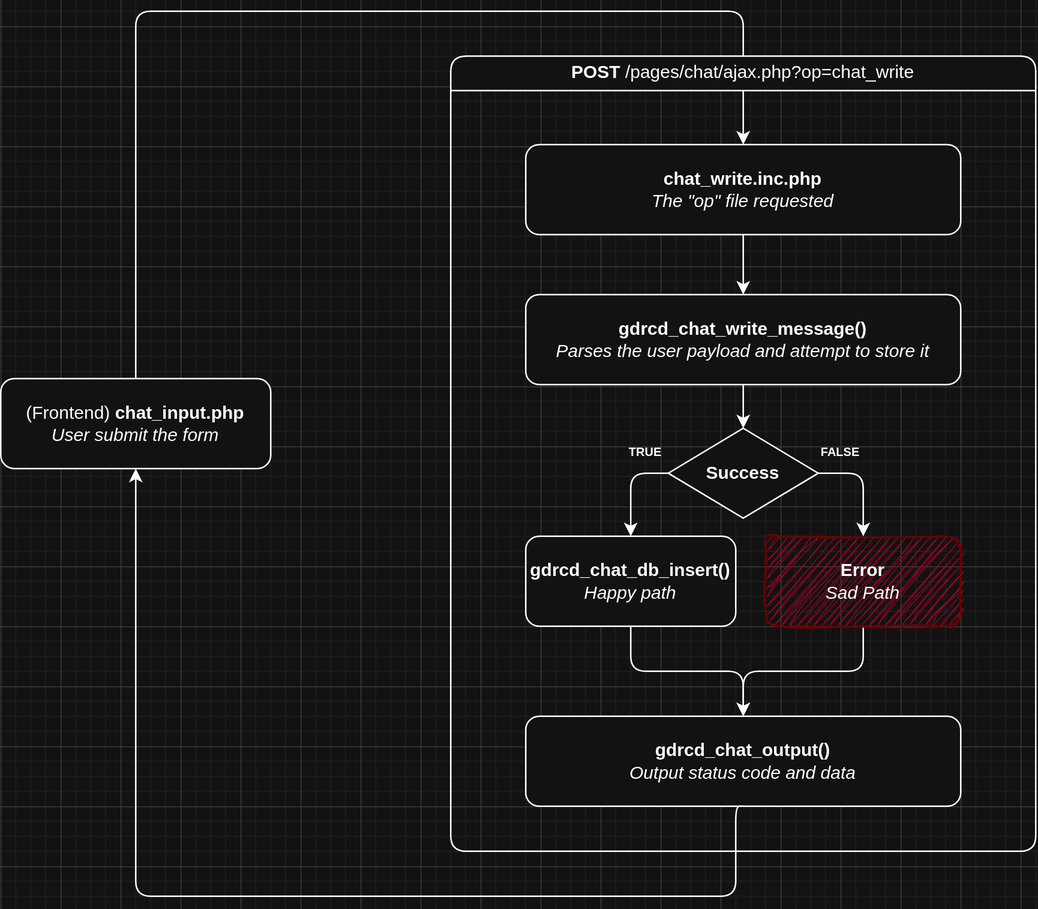
The draw.io diagram chat/chat_write.png in GDRCD/wiki, before a commit. Source tidied: cells renumbered, new cells last; positions are measured from the earlier drawing's top-left corner, leaving out a move shared by most shapes.
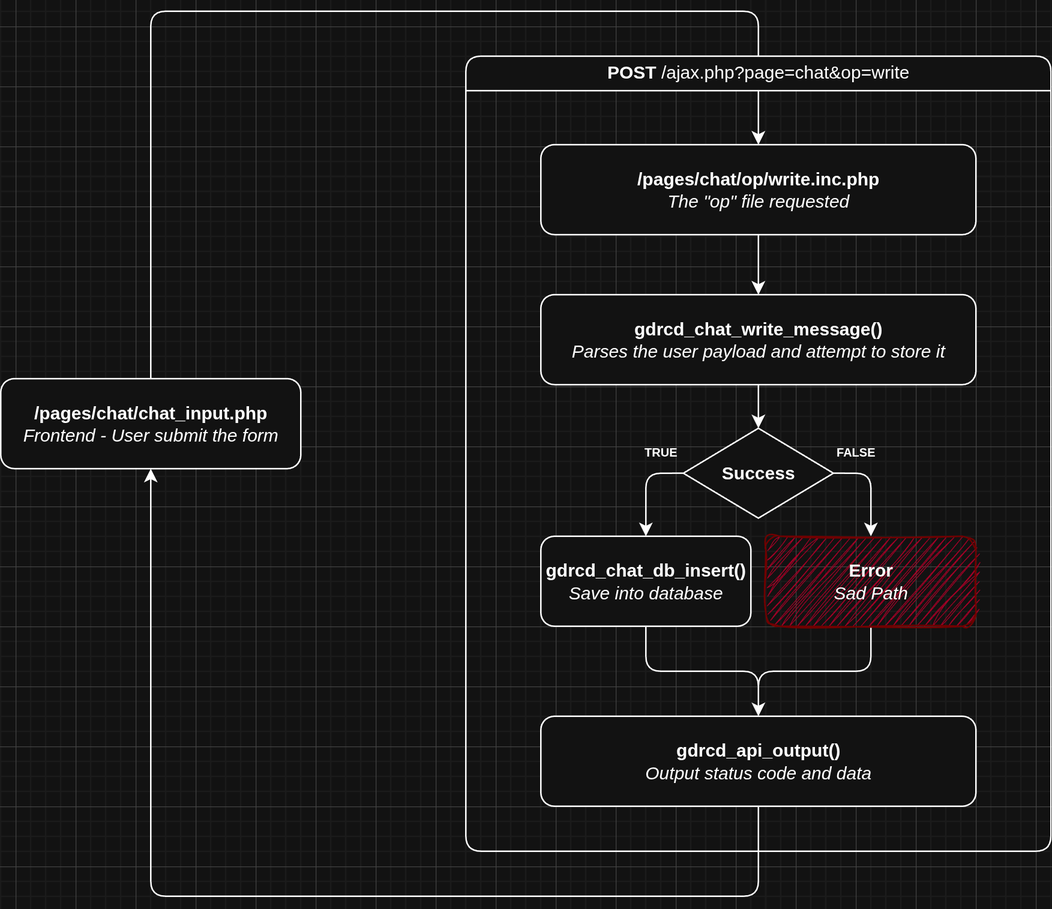
The same file after the commit.

Commit message:
Aggiornamento nomenclature e url nella documentazione e nei diagrammi di flusso della chat

The edit, as a diff of the source:
```diff
@@ -10,16 +10,16 @@
         </Array>
       </mxGeometry>
     </mxCell>
-    <mxCell id="3" value="(Frontend) &lt;b&gt;chat_input.php&lt;/b&gt;&lt;div&gt;&lt;i&gt;User submit the form&lt;/i&gt;&lt;/div&gt;" style="rounded=1;whiteSpace=wrap;html=1;shadow=0;labelBackgroundColor=none;" parent="1" vertex="1">
-      <mxGeometry y="244.9" width="180" height="60" as="geometry" />
+    <mxCell id="3" value="&lt;b&gt;/pages/chat/chat_input.php&lt;/b&gt;&lt;div&gt;&lt;i&gt;Frontend - User submit the form&lt;/i&gt;&lt;/div&gt;" style="rounded=1;whiteSpace=wrap;html=1;shadow=0;labelBackgroundColor=none;" parent="1" vertex="1">
+      <mxGeometry x="-10" y="244.9" width="200" height="60" as="geometry" />
     </mxCell>
-    <mxCell id="4" value="POST&amp;nbsp;&lt;span style=&quot;font-weight: 400;&quot;&gt;/pages/chat/ajax.php?op=chat_write&lt;/span&gt;" style="swimlane;whiteSpace=wrap;html=1;rounded=1;" parent="1" vertex="1">
+    <mxCell id="4" value="POST&amp;nbsp;&lt;span style=&quot;font-weight: 400;&quot;&gt;/ajax.php?page=chat&amp;amp;op=write&lt;/span&gt;" style="swimlane;whiteSpace=wrap;html=1;rounded=1;" parent="1" vertex="1">
       <mxGeometry x="300" y="29.9" width="390" height="530.1" as="geometry" />
     </mxCell>
     <mxCell id="5" style="edgeStyle=orthogonalEdgeStyle;rounded=0;jettySize=auto;html=1;exitX=0.5;exitY=1;exitDx=0;exitDy=0;entryX=0.5;entryY=0;entryDx=0;entryDy=0;" parent="4" edge="1" source="6" target="8">
       <mxGeometry relative="1" as="geometry" />
     </mxCell>
-    <mxCell id="6" value="&lt;b&gt;chat_write.inc.php&lt;/b&gt;&lt;div&gt;&lt;i&gt;The &quot;op&quot; file requested&lt;/i&gt;&lt;b&gt;&lt;/b&gt;&lt;/div&gt;" style="rounded=1;whiteSpace=wrap;html=1;shadow=0;labelBackgroundColor=none;" parent="4" vertex="1">
+    <mxCell id="6" value="&lt;b&gt;/pages/chat/op/write.inc.php&lt;/b&gt;&lt;div&gt;&lt;i&gt;The &quot;op&quot; file requested&lt;/i&gt;&lt;b&gt;&lt;/b&gt;&lt;/div&gt;" style="rounded=1;whiteSpace=wrap;html=1;shadow=0;labelBackgroundColor=none;" parent="4" vertex="1">
       <mxGeometry x="50" y="59" width="290" height="60" as="geometry" />
     </mxCell>
     <mxCell id="7" style="edgeStyle=orthogonalEdgeStyle;rounded=0;jettySize=auto;html=1;exitX=0.5;exitY=1;exitDx=0;exitDy=0;entryX=0.5;entryY=0;entryDx=0;entryDy=0;" parent="4" edge="1" source="8" target="16">
@@ -31,17 +31,17 @@
     <mxCell id="9" style="edgeStyle=orthogonalEdgeStyle;rounded=1;jettySize=auto;html=1;exitX=0.5;exitY=1;exitDx=0;exitDy=0;entryX=0.5;entryY=0;entryDx=0;entryDy=0;curved=0;" parent="4" edge="1" source="10" target="11">
       <mxGeometry relative="1" as="geometry" />
     </mxCell>
-    <mxCell id="10" value="&lt;div&gt;&lt;b&gt;gdrcd_chat_db_insert()&lt;/b&gt;&lt;/div&gt;&lt;div&gt;&lt;i&gt;Happy path&lt;/i&gt;&lt;/div&gt;" style="rounded=1;whiteSpace=wrap;html=1;shadow=0;labelBackgroundColor=none;" parent="4" vertex="1">
+    <mxCell id="10" value="&lt;div&gt;&lt;b&gt;gdrcd_chat_db_insert()&lt;/b&gt;&lt;/div&gt;&lt;div&gt;&lt;i&gt;Save into database&lt;/i&gt;&lt;/div&gt;" style="rounded=1;whiteSpace=wrap;html=1;shadow=0;labelBackgroundColor=none;" parent="4" vertex="1">
       <mxGeometry x="50" y="320.1" width="140" height="60" as="geometry" />
     </mxCell>
-    <mxCell id="11" value="&lt;b&gt;gdrcd_chat_output()&lt;/b&gt;&lt;div&gt;&lt;i&gt;Output status code and data&lt;/i&gt;&lt;/div&gt;" style="rounded=1;whiteSpace=wrap;html=1;shadow=0;labelBackgroundColor=none;" parent="4" vertex="1">
+    <mxCell id="11" value="&lt;b&gt;gdrcd_api_output()&lt;/b&gt;&lt;div&gt;&lt;i&gt;Output status code and data&lt;/i&gt;&lt;/div&gt;" style="rounded=1;whiteSpace=wrap;html=1;shadow=0;labelBackgroundColor=none;" parent="4" vertex="1">
       <mxGeometry x="50" y="440.1" width="290" height="60" as="geometry" />
     </mxCell>
     <mxCell id="12" style="edgeStyle=orthogonalEdgeStyle;rounded=1;jettySize=auto;html=1;exitX=0.5;exitY=1;exitDx=0;exitDy=0;entryX=0.5;entryY=0;entryDx=0;entryDy=0;curved=0;" parent="4" edge="1" source="13" target="11">
       <mxGeometry relative="1" as="geometry" />
     </mxCell>
     <mxCell id="13" value="&lt;b&gt;Error&lt;/b&gt;&lt;div&gt;&lt;i&gt;Sad Path&lt;/i&gt;&lt;/div&gt;" style="rounded=1;whiteSpace=wrap;html=1;shadow=0;labelBackgroundColor=none;fillColor=#a20025;fontColor=#ffffff;strokeColor=#6F0000;sketch=1;curveFitting=1;jiggle=2;" parent="4" vertex="1">
-      <mxGeometry x="210" y="320.1" width="130" height="60" as="geometry" />
+      <mxGeometry x="200" y="320.1" width="140" height="60" as="geometry" />
     </mxCell>
     <mxCell id="14" style="edgeStyle=orthogonalEdgeStyle;rounded=1;jettySize=auto;html=1;exitX=1;exitY=0.5;exitDx=0;exitDy=0;curved=0;" parent="4" edge="1" source="16" target="13">
       <mxGeometry relative="1" as="geometry" />
@@ -61,8 +61,7 @@
     <mxCell id="19" style="edgeStyle=orthogonalEdgeStyle;rounded=1;jettySize=auto;html=1;exitX=0.5;exitY=1;exitDx=0;exitDy=0;entryX=0.5;entryY=1;entryDx=0;entryDy=0;curved=0;" parent="1" edge="1" source="11" target="3">
       <mxGeometry relative="1" as="geometry">
         <Array as="points">
-          <mxPoint x="490" y="530" />
-          <mxPoint x="490" y="590" />
+          <mxPoint x="495" y="590" />
           <mxPoint x="90" y="590" />
         </Array>
       </mxGeometry>
```
